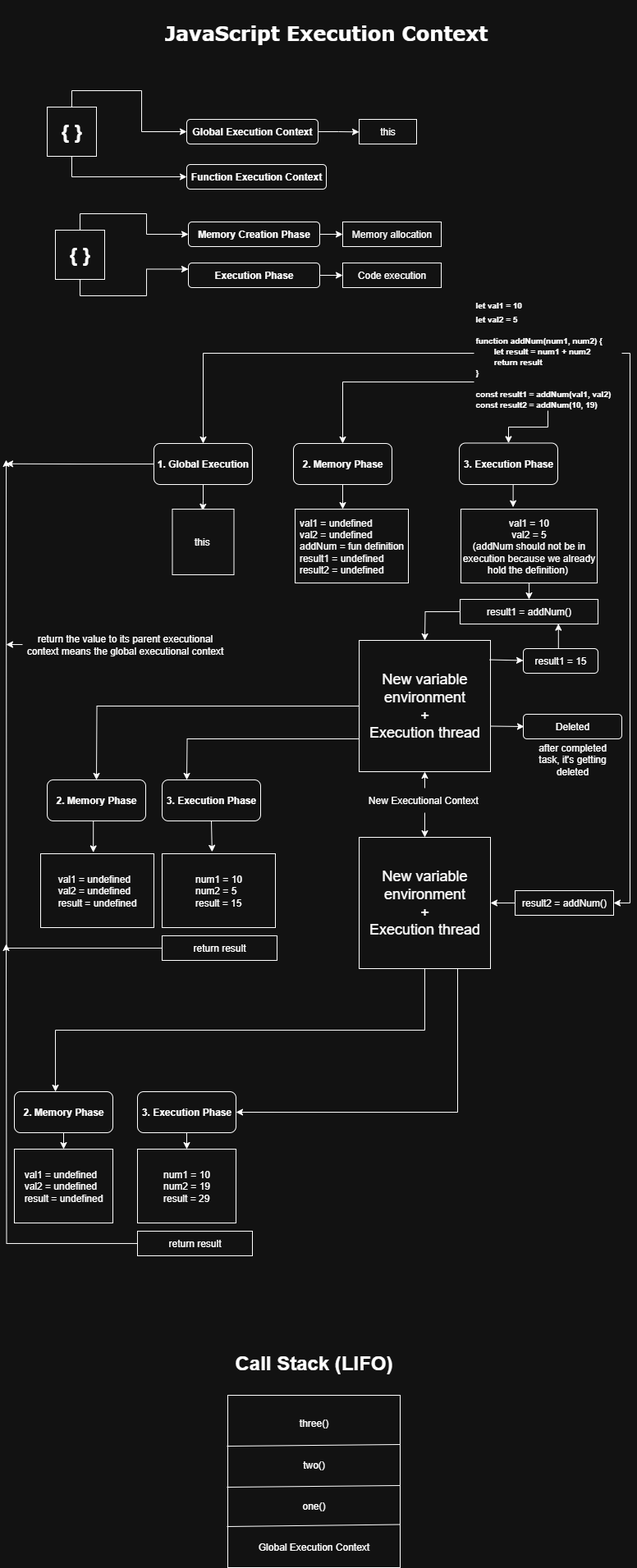
This is 03_basics/JS Execution Context.drawio.png from Sayan520/Node-JS-2025, a draw.io export, as it was before one commit. Source tidied: cells renumbered, new cells last; positions are measured from the earlier drawing's top-left corner, leaving out a move shared by most shapes.
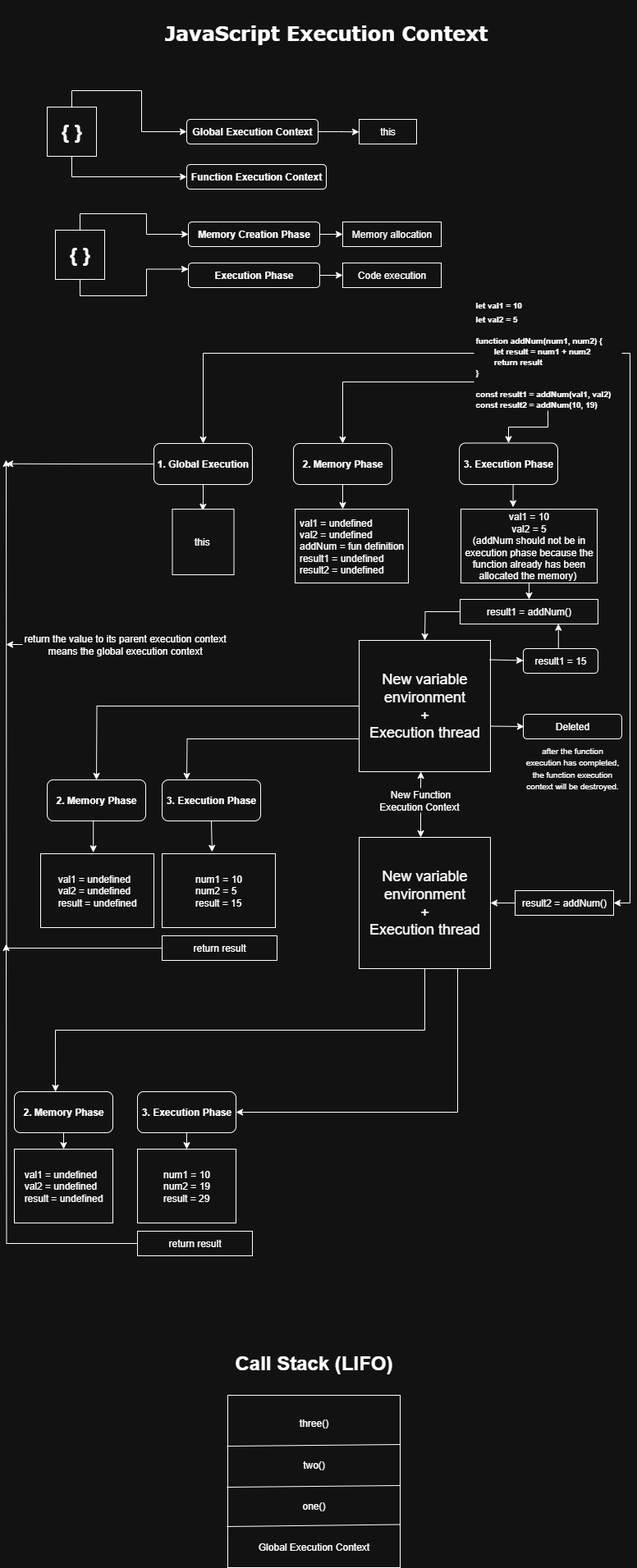
Above is the later version.

The edit, as a diff of the source:
```diff
@@ -95,7 +95,7 @@
     <mxCell id="27" style="edgeStyle=orthogonalEdgeStyle;rounded=0;jettySize=auto;html=1;exitX=0.5;exitY=1;exitDx=0;exitDy=0;entryX=0.5;entryY=0;entryDx=0;entryDy=0;" parent="1" edge="1" source="28" target="35">
       <mxGeometry relative="1" as="geometry" />
     </mxCell>
-    <mxCell id="28" value="val1 = 10&lt;div&gt;val2 = 5&lt;/div&gt;&lt;div&gt;(addNum should not be in execution because we already hold the definition)&amp;nbsp;&lt;/div&gt;" style="rounded=0;whiteSpace=wrap;html=1;" parent="1" vertex="1">
+    <mxCell id="28" value="val1 = 10&lt;div&gt;val2 = 5&lt;/div&gt;&lt;div&gt;(addNum should not be in execution phase because the function already has been allocated the memory)&amp;nbsp;&lt;/div&gt;" style="rounded=0;whiteSpace=wrap;html=1;" parent="1" vertex="1">
       <mxGeometry x="554" y="620" width="166" height="90" as="geometry" />
     </mxCell>
     <mxCell id="29" value="this" style="rounded=0;whiteSpace=wrap;html=1;" parent="1" vertex="1">
@@ -139,14 +139,8 @@
     <mxCell id="39" style="edgeStyle=orthogonalEdgeStyle;rounded=0;jettySize=auto;html=1;exitX=0.5;exitY=1;exitDx=0;exitDy=0;entryX=0.383;entryY=-0.026;entryDx=0;entryDy=0;entryPerimeter=0;" parent="1" edge="1" source="26" target="28">
       <mxGeometry relative="1" as="geometry" />
     </mxCell>
-    <mxCell id="40" style="edgeStyle=orthogonalEdgeStyle;rounded=0;jettySize=auto;html=1;exitX=0.5;exitY=0;exitDx=0;exitDy=0;entryX=0.5;entryY=1;entryDx=0;entryDy=0;" parent="1" edge="1" source="42" target="38">
-      <mxGeometry relative="1" as="geometry" />
-    </mxCell>
-    <mxCell id="41" style="edgeStyle=orthogonalEdgeStyle;rounded=0;jettySize=auto;html=1;entryX=0.5;entryY=0;entryDx=0;entryDy=0;" parent="1" edge="1" source="42" target="61">
-      <mxGeometry relative="1" as="geometry" />
-    </mxCell>
-    <mxCell id="42" value="New Executional Context&amp;nbsp;" style="text;html=1;align=center;verticalAlign=middle;whiteSpace=wrap;rounded=0;" parent="1" vertex="1">
-      <mxGeometry x="440" y="960" width="140" height="30" as="geometry" />
+    <mxCell id="42" value="New Function Execution Context&amp;nbsp;" style="text;html=1;align=center;verticalAlign=middle;whiteSpace=wrap;rounded=0;" parent="1" vertex="1">
+      <mxGeometry x="440" y="960" width="130" height="30" as="geometry" />
     </mxCell>
     <mxCell id="43" value="&lt;b&gt;2. Memory Phase&lt;/b&gt;" style="rounded=1;whiteSpace=wrap;html=1;" parent="1" vertex="1">
       <mxGeometry x="50" y="950" width="120" height="50" as="geometry" />
@@ -179,14 +173,14 @@
         <mxPoint y="785" as="targetPoint" />
       </mxGeometry>
     </mxCell>
-    <mxCell id="52" value="&lt;div style=&quot;&quot;&gt;&lt;span style=&quot;background-color: transparent; color: light-dark(rgb(0, 0, 0), rgb(255, 255, 255));&quot;&gt;return the value to its parent executional context means the global executional context&lt;/span&gt;&lt;/div&gt;" style="text;html=1;align=center;verticalAlign=middle;whiteSpace=wrap;rounded=0;" parent="1" vertex="1">
+    <mxCell id="52" value="&lt;div style=&quot;&quot;&gt;&lt;span style=&quot;background-color: transparent; color: light-dark(rgb(0, 0, 0), rgb(255, 255, 255));&quot;&gt;return the value to its parent execution context means the global execution context&lt;/span&gt;&lt;/div&gt;" style="text;html=1;align=center;verticalAlign=middle;whiteSpace=wrap;rounded=0;" parent="1" vertex="1">
       <mxGeometry x="20" y="770" width="250" height="30" as="geometry" />
     </mxCell>
     <mxCell id="53" value="Deleted" style="rounded=1;whiteSpace=wrap;html=1;" parent="1" vertex="1">
       <mxGeometry x="630" y="870" width="120" height="30" as="geometry" />
     </mxCell>
-    <mxCell id="54" value="after completed task, it's getting deleted" style="text;html=1;align=center;verticalAlign=middle;whiteSpace=wrap;rounded=0;" parent="1" vertex="1">
-      <mxGeometry x="645" y="910" width="90" height="30" as="geometry" />
+    <mxCell id="54" value="&lt;div style=&quot;&quot;&gt;&lt;span style=&quot;font-size: 10px; background-color: transparent; color: light-dark(rgb(0, 0, 0), rgb(255, 255, 255));&quot;&gt;after the function execution has completed, the function execution context will be destroyed.&lt;/span&gt;&lt;/div&gt;" style="text;html=1;align=center;verticalAlign=middle;whiteSpace=wrap;rounded=0;" parent="1" vertex="1">
+      <mxGeometry x="630" y="920" width="120" height="30" as="geometry" />
     </mxCell>
     <mxCell id="55" value="result1 = 15" style="rounded=1;whiteSpace=wrap;html=1;" parent="1" vertex="1">
       <mxGeometry x="630" y="790" width="91" height="30" as="geometry" />
@@ -281,5 +275,11 @@
     <mxCell id="80" value="three()" style="text;html=1;align=center;verticalAlign=middle;whiteSpace=wrap;rounded=0;" parent="1" vertex="1">
       <mxGeometry x="270" y="1719" width="210" height="30" as="geometry" />
     </mxCell>
+    <mxCell id="40" style="edgeStyle=orthogonalEdgeStyle;rounded=0;jettySize=auto;html=1;exitX=0.5;exitY=0;exitDx=0;exitDy=0;entryX=0.47;entryY=1;entryDx=0;entryDy=0;entryPerimeter=0;" parent="1" edge="1" source="42" target="38">
+      <mxGeometry relative="1" as="geometry" />
+    </mxCell>
+    <mxCell id="41" style="edgeStyle=orthogonalEdgeStyle;rounded=0;jettySize=auto;html=1;entryX=0.469;entryY=0;entryDx=0;entryDy=0;entryPerimeter=0;" parent="1" edge="1" source="42" target="61">
+      <mxGeometry relative="1" as="geometry" />
+    </mxCell>
   </root>
 </mxGraphModel>
```
